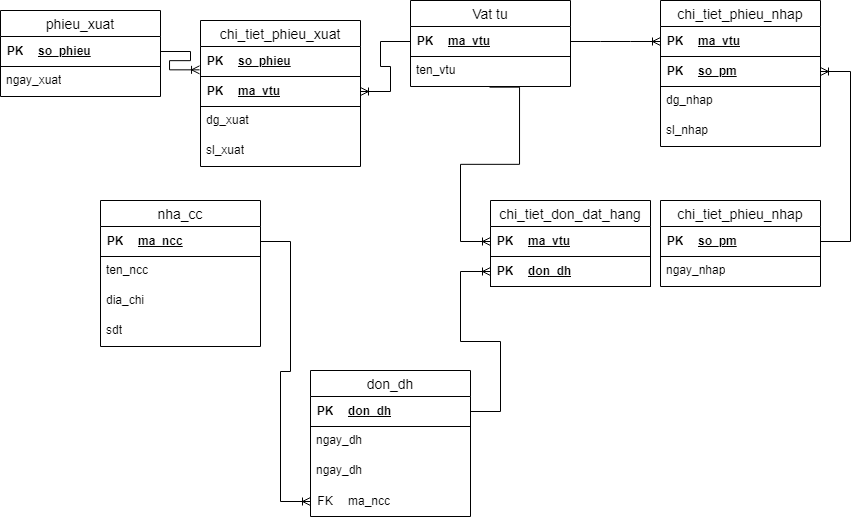
Before: ss2_database_design/exercise/exercise1.png, a diagram exported from draw.io (cuong19962012/Module3). Source tidied: cells renumbered, new cells last; positions are measured from the earlier drawing's top-left corner, leaving out a move shared by most shapes.
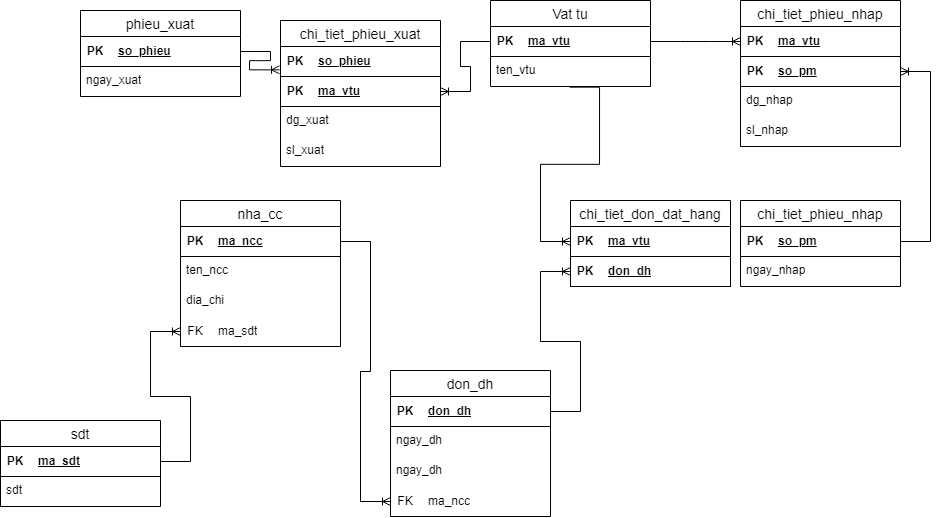
Above is the later version.

What changed in the source:
```diff
@@ -221,11 +221,41 @@
     <mxCell id="74" value="dia_chi" style="text;strokeColor=none;fillColor=none;spacingLeft=4;spacingRight=4;overflow=hidden;fontSize=12;whiteSpace=wrap;html=1;" parent="68" vertex="1">
       <mxGeometry y="86" width="160" height="30" as="geometry" />
     </mxCell>
+    <mxCell id="77" style="shape=table;startSize=0;rowLines=0;fontStyle=0;align=center;strokeColor=none;fillColor=none;" parent="68" vertex="1">
+      <mxGeometry y="116" width="160" height="30" as="geometry" />
+    </mxCell>
+    <mxCell id="78" style="shape=tableRow;horizontal=0;startSize=0;swimlaneHead=0;swimlaneBody=0;fillColor=none;points=[[0,0.5],[1,0.5]];portConstraint=eastwest;top=0;left=0;right=0;bottom=0;" parent="77" vertex="1">
+      <mxGeometry width="160" height="30" as="geometry" />
+    </mxCell>
+    <mxCell id="79" value="FK" style="shape=partialRectangle;fillColor=none;top=0;left=0;bottom=0;right=0;fontStyle=0;overflow=hidden;whiteSpace=wrap;html=1;" parent="78" vertex="1">
+      <mxGeometry width="30" height="30" as="geometry" />
+    </mxCell>
+    <mxCell id="80" value="ma_sdt" style="shape=partialRectangle;fillColor=none;top=0;left=0;bottom=0;right=0;align=left;spacingLeft=6;fontStyle=0;overflow=hidden;whiteSpace=wrap;html=1;" parent="78" vertex="1">
+      <mxGeometry x="30" width="130" height="30" as="geometry" />
+    </mxCell>
+    <mxCell id="76" style="edgeStyle=entityRelationEdgeStyle;fontSize=12;html=1;endArrow=ERoneToMany;rounded=0;entryX=0;entryY=0.5;entryDx=0;entryDy=0;exitX=1;exitY=0.5;exitDx=0;exitDy=0;" parent="1" edge="1" source="70" target="64">
+      <mxGeometry relative="1" as="geometry" />
+    </mxCell>
+    <mxCell id="81" value="sdt" style="swimlane;fontStyle=0;horizontal=1;startSize=26;align=center;fontSize=14;" parent="1" vertex="1">
+      <mxGeometry x="-80" y="420" width="160" height="86" as="geometry" />
+    </mxCell>
+    <mxCell id="82" style="shape=table;startSize=0;rowLines=0;fontStyle=0;align=center;strokeColor=none;fillColor=none;" parent="81" vertex="1">
+      <mxGeometry y="26" width="160" height="30" as="geometry" />
+    </mxCell>
+    <mxCell id="83" style="shape=tableRow;horizontal=0;startSize=0;swimlaneHead=0;swimlaneBody=0;fillColor=none;points=[[0,0.5],[1,0.5]];portConstraint=eastwest;top=0;left=0;right=0;bottom=1;" parent="82" vertex="1">
+      <mxGeometry width="160" height="30" as="geometry" />
+    </mxCell>
+    <mxCell id="84" value="PK" style="shape=partialRectangle;fillColor=none;top=0;left=0;bottom=0;right=0;fontStyle=1;overflow=hidden;whiteSpace=wrap;html=1;" parent="83" vertex="1">
+      <mxGeometry width="30" height="30" as="geometry" />
+    </mxCell>
+    <mxCell id="85" value="ma_sdt" style="shape=partialRectangle;fillColor=none;top=0;left=0;bottom=0;right=0;align=left;spacingLeft=6;fontStyle=5;overflow=hidden;whiteSpace=wrap;html=1;" parent="83" vertex="1">
+      <mxGeometry x="30" width="130" height="30" as="geometry" />
+    </mxCell>
-    <mxCell id="75" value="sdt" style="text;strokeColor=none;fillColor=none;spacingLeft=4;spacingRight=4;overflow=hidden;fontSize=12;whiteSpace=wrap;html=1;" parent="68" vertex="1">
-      <mxGeometry y="116" width="160" height="30" as="geometry" />
+    <mxCell id="75" value="sdt" style="text;strokeColor=none;fillColor=none;spacingLeft=4;spacingRight=4;overflow=hidden;fontSize=12;whiteSpace=wrap;html=1;" parent="81" vertex="1">
+      <mxGeometry y="56" width="160" height="30" as="geometry" />
     </mxCell>
-    <mxCell id="76" style="edgeStyle=entityRelationEdgeStyle;fontSize=12;html=1;endArrow=ERoneToMany;rounded=0;entryX=0;entryY=0.5;entryDx=0;entryDy=0;exitX=1;exitY=0.5;exitDx=0;exitDy=0;" parent="1" edge="1" source="70" target="64">
-      <mxGeometry relative="1" as="geometry" />
-    </mxCell>
+    <mxCell id="86" style="edgeStyle=entityRelationEdgeStyle;fontSize=12;html=1;endArrow=ERoneToMany;rounded=0;entryX=0;entryY=0.5;entryDx=0;entryDy=0;" parent="1" edge="1" source="83" target="78">
+      <mxGeometry relative="1" as="geometry" />
+    </mxCell>
   </root>
 </mxGraphModel>
```
